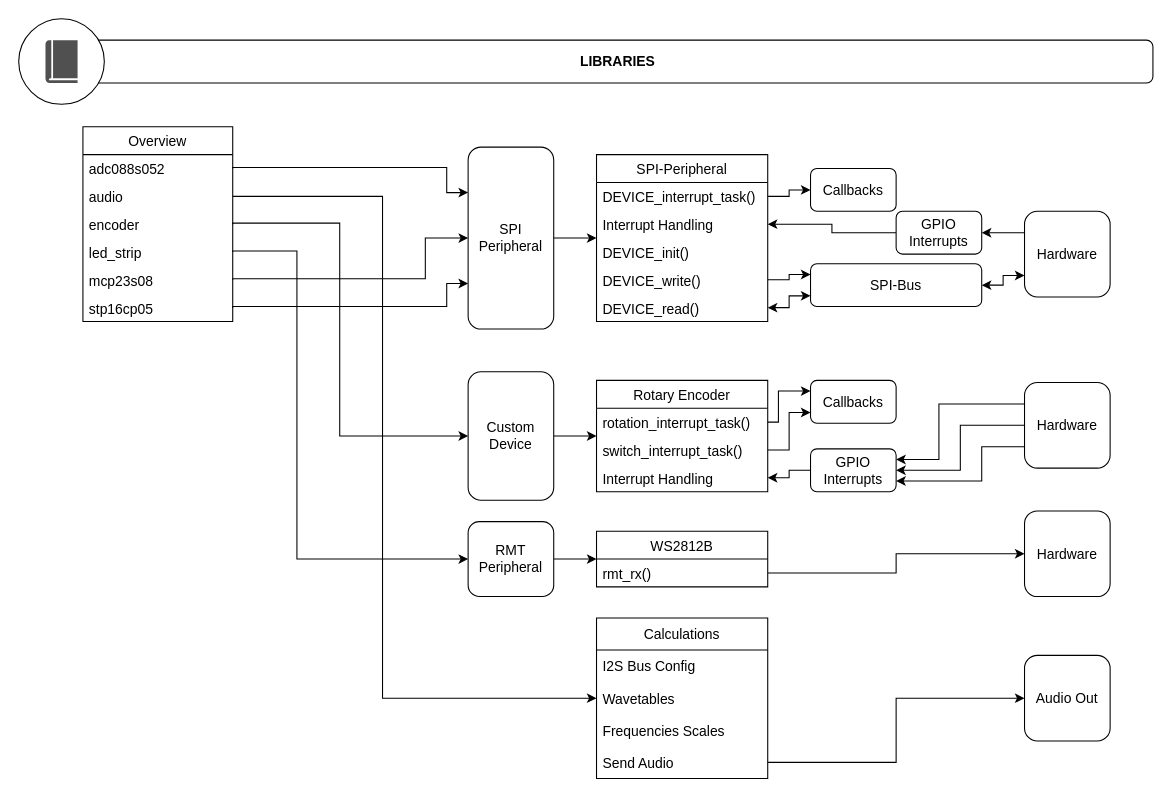
The draw.io diagram docu/v2/Libs.drawio in s-grundner/HWEP-Sequencer, before the edit. Source tidied: cells renumbered, new cells numbered last; positions are measured from the earlier drawing's top-left corner, leaving out a move shared by most shapes. Both pictures are drawn from the tidied source at 107%, with x=0, y=0 at pixel (18, 18).
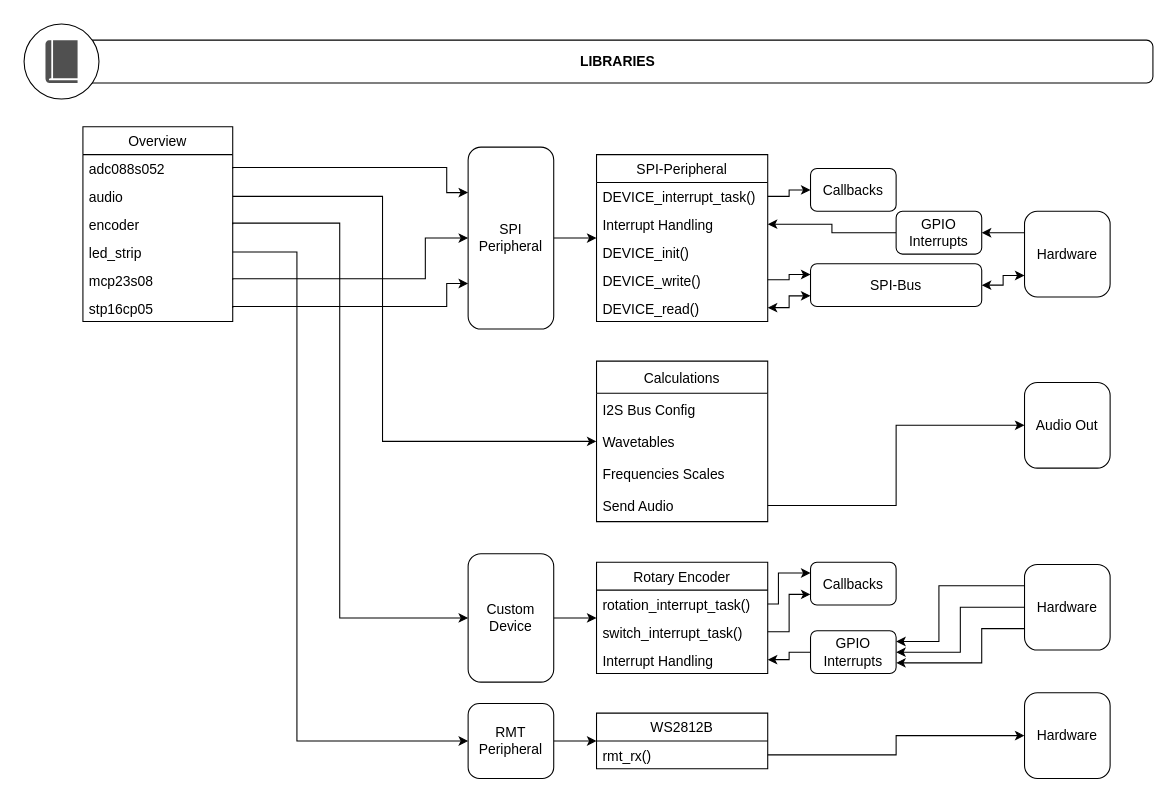
After the change.

Commit message (it also covers changes not shown here):
upd diagrams

The change refers to these unchanged cells:
```xml
<mxCell id="14" value="audio" style="text;strokeColor=none;fillColor=none;align=left;verticalAlign=top;spacingLeft=4;spacingRight=4;overflow=hidden;points=[[0,0.5],[1,0.5]];portConstraint=eastwest;fontSize=13;" parent="12" vertex="1">
  <mxGeometry y="52" width="140" height="26" as="geometry" />
</mxCell>
<mxCell id="15" value="encoder" style="text;strokeColor=none;fillColor=none;align=left;verticalAlign=top;spacingLeft=4;spacingRight=4;overflow=hidden;points=[[0,0.5],[1,0.5]];portConstraint=eastwest;fontSize=13;" parent="12" vertex="1">
  <mxGeometry y="78" width="140" height="26" as="geometry" />
</mxCell>
<mxCell id="16" value="led_strip" style="text;strokeColor=none;fillColor=none;align=left;verticalAlign=top;spacingLeft=4;spacingRight=4;overflow=hidden;points=[[0,0.5],[1,0.5]];portConstraint=eastwest;fontSize=13;" parent="12" vertex="1">
  <mxGeometry y="104" width="140" height="26" as="geometry" />
</mxCell>
<mxCell id="25" value="rotation_interrupt_task()" style="text;strokeColor=none;fillColor=none;align=left;verticalAlign=top;spacingLeft=4;spacingRight=4;overflow=hidden;points=[[0,0.5],[1,0.5]];portConstraint=eastwest;fontSize=13;" parent="24" vertex="1">
  <mxGeometry y="26" width="160" height="26" as="geometry" />
</mxCell>
<mxCell id="26" value="switch_interrupt_task()" style="text;strokeColor=none;fillColor=none;align=left;verticalAlign=top;spacingLeft=4;spacingRight=4;overflow=hidden;points=[[0,0.5],[1,0.5]];portConstraint=eastwest;fontSize=13;" parent="24" vertex="1">
  <mxGeometry y="52" width="160" height="26" as="geometry" />
</mxCell>
<mxCell id="55" value="Wavetables" style="text;strokeColor=none;fillColor=none;align=left;verticalAlign=middle;spacingLeft=4;spacingRight=4;overflow=hidden;points=[[0,0.5],[1,0.5]];portConstraint=eastwest;fontSize=13;" parent="53" vertex="1">
  <mxGeometry y="60" width="160" height="30" as="geometry" />
</mxCell>
```

Diff of the diagram source:
```diff
@@
     <mxCell id="10" style="ellipse;whiteSpace=wrap;html=1;fontSize=13;" parent="1" vertex="1">
-      <mxGeometry width="80" height="80" as="geometry" />
+      <mxGeometry x="5" y="5" width="70" height="70" as="geometry" />
     </mxCell>
@@
     <mxCell id="22" value="&lt;font style=&quot;font-size: 13px;&quot;&gt;Custom Device&lt;/font&gt;" style="rounded=1;whiteSpace=wrap;html=1;fontSize=13;" parent="1" vertex="1">
-      <mxGeometry x="420" y="330" width="80" height="120" as="geometry" />
+      <mxGeometry x="420" y="500" width="80" height="120" as="geometry" />
     </mxCell>
     <mxCell id="23" style="edgeStyle=orthogonalEdgeStyle;rounded=0;jettySize=auto;html=1;exitX=1;exitY=0.5;exitDx=0;exitDy=0;entryX=0;entryY=0.5;entryDx=0;entryDy=0;fontSize=13;" parent="1" edge="1" source="15" target="22">
       <mxGeometry relative="1" as="geometry">
         <Array as="points">
           <mxPoint x="300" y="191" />
-          <mxPoint x="300" y="390" />
+          <mxPoint x="300" y="560" />
         </Array>
       </mxGeometry>
     </mxCell>
     <mxCell id="24" value="Rotary Encoder" style="swimlane;fontStyle=0;horizontal=1;startSize=26;fillColor=none;fontSize=13;" parent="1" vertex="1">
-      <mxGeometry x="540" y="338" width="160" height="104" as="geometry" />
+      <mxGeometry x="540" y="508" width="160" height="104" as="geometry" />
     </mxCell>
@@
-    <mxCell id="28" style="edgeStyle=orthogonalEdgeStyle;rounded=0;jettySize=auto;html=1;exitX=1;exitY=0.5;exitDx=0;exitDy=0;fontSize=13;entryX=0;entryY=0.5;entryDx=0;entryDy=0;" parent="1" edge="1" source="16" target="30">
-      <mxGeometry relative="1" as="geometry">
-        <Array as="points">
-          <mxPoint x="260" y="217" />
-          <mxPoint x="260" y="505" />
-        </Array>
-      </mxGeometry>
-    </mxCell>
@@
     <mxCell id="30" value="&lt;font style=&quot;font-size: 13px;&quot;&gt;RMT&lt;br style=&quot;font-size: 13px;&quot;&gt;Peripheral&lt;br style=&quot;font-size: 13px;&quot;&gt;&lt;/font&gt;" style="rounded=1;whiteSpace=wrap;html=1;fontSize=13;" parent="1" vertex="1">
-      <mxGeometry x="420" y="470" width="80" height="70" as="geometry" />
+      <mxGeometry x="420" y="640" width="80" height="70" as="geometry" />
     </mxCell>
@@
     <mxCell id="41" style="edgeStyle=orthogonalEdgeStyle;rounded=0;jettySize=auto;html=1;exitX=0;exitY=0.25;exitDx=0;exitDy=0;entryX=1;entryY=0.25;entryDx=0;entryDy=0;fontSize=13;startArrow=none;startFill=0;" parent="1" edge="1" source="43" target="45">
       <mxGeometry relative="1" as="geometry">
         <Array as="points">
-          <mxPoint x="860" y="360" />
-          <mxPoint x="860" y="412" />
+          <mxPoint x="860" y="530" />
+          <mxPoint x="860" y="582" />
         </Array>
       </mxGeometry>
     </mxCell>
     <mxCell id="42" style="edgeStyle=orthogonalEdgeStyle;rounded=0;jettySize=auto;html=1;exitX=0;exitY=0.75;exitDx=0;exitDy=0;entryX=1;entryY=0.75;entryDx=0;entryDy=0;fontSize=13;startArrow=none;startFill=0;" parent="1" edge="1" source="43" target="45">
       <mxGeometry relative="1" as="geometry">
         <Array as="points">
-          <mxPoint x="900" y="400" />
-          <mxPoint x="900" y="432" />
+          <mxPoint x="900" y="570" />
+          <mxPoint x="900" y="602" />
         </Array>
       </mxGeometry>
     </mxCell>
     <mxCell id="43" value="Hardware" style="rounded=1;whiteSpace=wrap;html=1;fontSize=13;" parent="1" vertex="1">
-      <mxGeometry x="940" y="340" width="80" height="80" as="geometry" />
+      <mxGeometry x="940" y="510" width="80" height="80" as="geometry" />
     </mxCell>
@@
     <mxCell id="45" value="GPIO&lt;br style=&quot;font-size: 13px;&quot;&gt;Interrupts" style="rounded=1;whiteSpace=wrap;html=1;fontSize=13;" parent="1" vertex="1">
-      <mxGeometry x="740" y="402" width="80" height="40" as="geometry" />
+      <mxGeometry x="740" y="572" width="80" height="40" as="geometry" />
     </mxCell>
     <mxCell id="46" value="Callbacks" style="rounded=1;whiteSpace=wrap;html=1;fontSize=13;" parent="1" vertex="1">
-      <mxGeometry x="740" y="338" width="80" height="40" as="geometry" />
+      <mxGeometry x="740" y="508" width="80" height="40" as="geometry" />
     </mxCell>
     <mxCell id="47" style="edgeStyle=orthogonalEdgeStyle;rounded=0;jettySize=auto;html=1;exitX=1;exitY=0.5;exitDx=0;exitDy=0;entryX=0;entryY=0.25;entryDx=0;entryDy=0;fontSize=13;startArrow=none;startFill=0;" parent="1" edge="1" source="25" target="46">
       <mxGeometry relative="1" as="geometry">
         <Array as="points">
-          <mxPoint x="710" y="377" />
-          <mxPoint x="710" y="348" />
+          <mxPoint x="710" y="547" />
+          <mxPoint x="710" y="518" />
         </Array>
       </mxGeometry>
     </mxCell>
     <mxCell id="48" style="edgeStyle=orthogonalEdgeStyle;rounded=0;jettySize=auto;html=1;exitX=1;exitY=0.5;exitDx=0;exitDy=0;entryX=0;entryY=0.75;entryDx=0;entryDy=0;fontSize=13;startArrow=none;startFill=0;" parent="1" edge="1" source="26" target="46">
       <mxGeometry relative="1" as="geometry">
         <Array as="points">
-          <mxPoint x="720" y="403" />
-          <mxPoint x="720" y="368" />
+          <mxPoint x="720" y="573" />
+          <mxPoint x="720" y="538" />
         </Array>
       </mxGeometry>
     </mxCell>
@@
     <mxCell id="50" value="WS2812B" style="swimlane;fontStyle=0;horizontal=1;startSize=26;fillColor=none;fontSize=13;" parent="1" vertex="1">
-      <mxGeometry x="540" y="479" width="160" height="52" as="geometry" />
+      <mxGeometry x="540" y="649" width="160" height="52" as="geometry" />
     </mxCell>
@@
     <mxCell id="52" value="Hardware" style="rounded=1;whiteSpace=wrap;html=1;fontSize=13;" parent="1" vertex="1">
-      <mxGeometry x="940" y="460" width="80" height="80" as="geometry" />
+      <mxGeometry x="940" y="630" width="80" height="80" as="geometry" />
     </mxCell>
     <mxCell id="53" value="Calculations" style="swimlane;fontStyle=0;horizontal=1;startSize=30;fontSize=13;" parent="1" vertex="1">
-      <mxGeometry x="540" y="560" width="160" height="150" as="geometry" />
+      <mxGeometry x="540" y="320" width="160" height="150" as="geometry" />
     </mxCell>
@@
     <mxCell id="58" value="Audio Out" style="rounded=1;whiteSpace=wrap;html=1;fontSize=13;" parent="1" vertex="1">
-      <mxGeometry x="940" y="595" width="80" height="80" as="geometry" />
+      <mxGeometry x="940" y="340" width="80" height="80" as="geometry" />
     </mxCell>
@@
     <mxCell id="62" style="edgeStyle=orthogonalEdgeStyle;rounded=0;jettySize=auto;html=1;exitX=1;exitY=0.5;exitDx=0;exitDy=0;entryX=0;entryY=0.5;entryDx=0;entryDy=0;fontSize=13;startArrow=none;startFill=0;" parent="1" edge="1" source="14" target="55">
       <mxGeometry relative="1" as="geometry">
         <Array as="points">
           <mxPoint x="340" y="166" />
-          <mxPoint x="340" y="635" />
+          <mxPoint x="340" y="395" />
         </Array>
       </mxGeometry>
     </mxCell>
@@
+    <mxCell id="28" style="edgeStyle=orthogonalEdgeStyle;rounded=0;jettySize=auto;html=1;exitX=1;exitY=0.5;exitDx=0;exitDy=0;entryX=0;entryY=0.5;entryDx=0;entryDy=0;fontSize=13;startArrow=none;startFill=0;" parent="1" edge="1" source="16" target="30">
+      <mxGeometry relative="1" as="geometry">
+        <Array as="points">
+          <mxPoint x="260" y="218" />
+          <mxPoint x="260" y="675" />
+        </Array>
+      </mxGeometry>
+    </mxCell>
```
